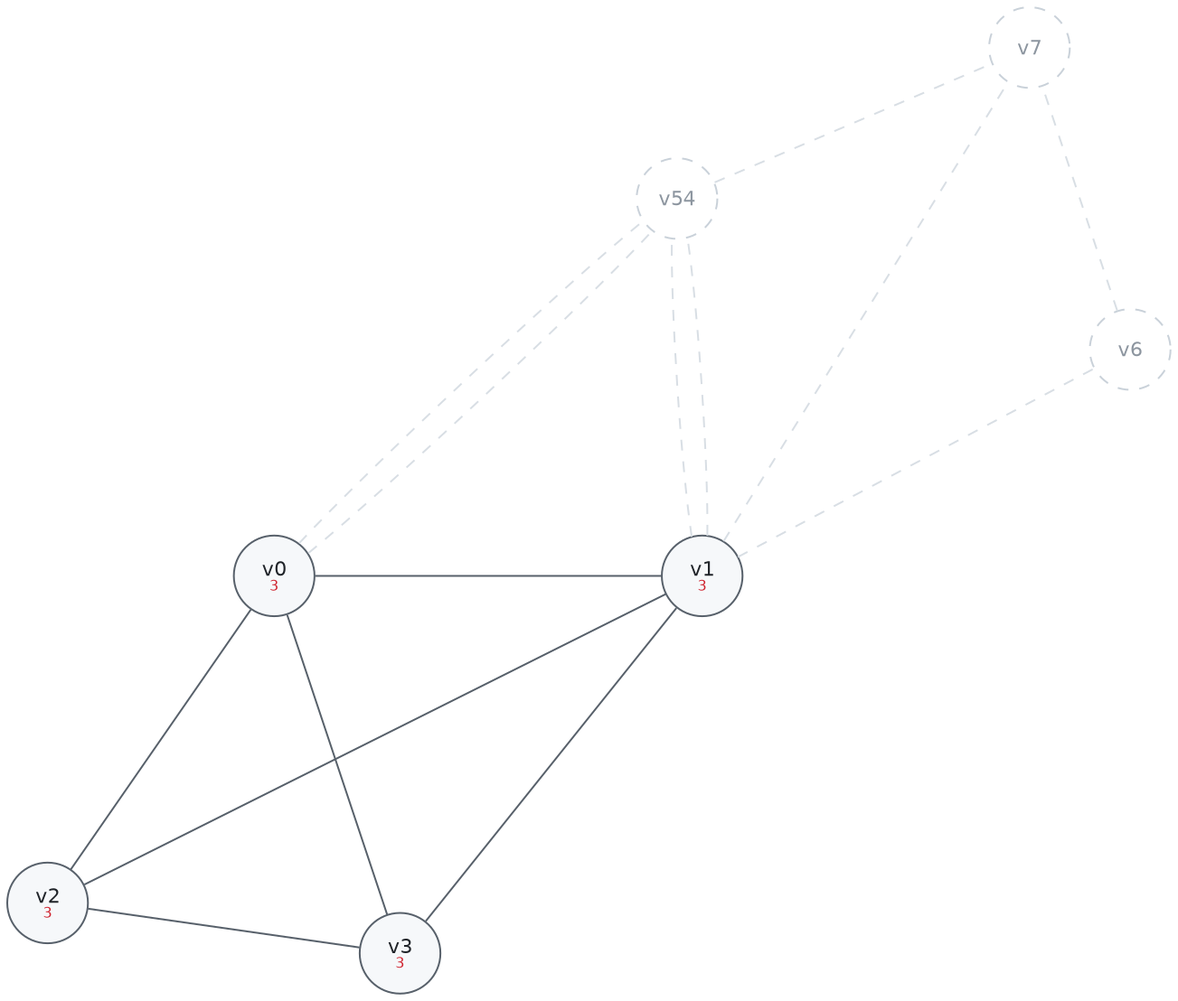
aita/CompLab keeps this Graphviz diagram as Sable/compiler/doc/figures/wt-freeze.png. Above is the earlier version. Its source is kept beside it as Sable/compiler/doc/figures/wt-freeze.dot.
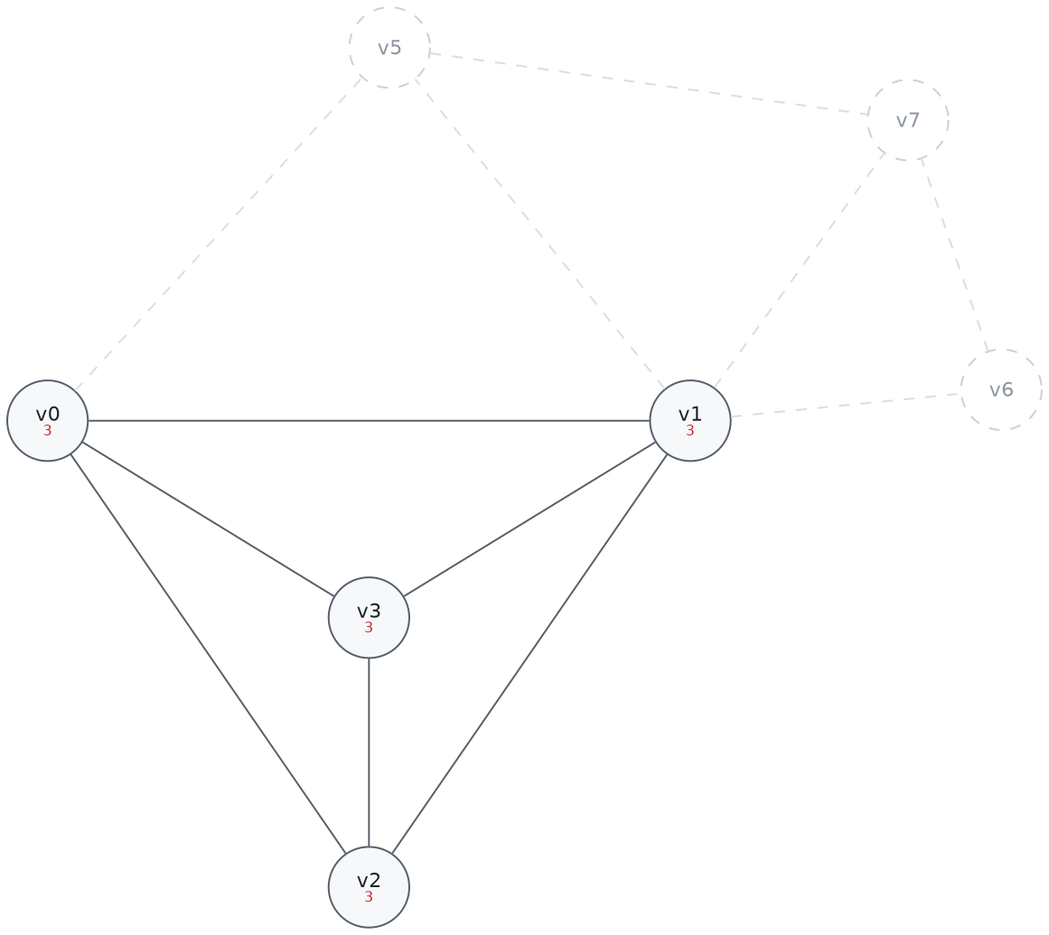
Above is the later version.

What changed in the source:
```diff
@@ -8,21 +8,19 @@
         color = "#57606a", fontcolor = "#1f2328",
         fontname = "Helvetica", fontsize = 11, width = 0.62, fixedsize = true];
   edge [color = "#57606a", dir = none, fontname = "Helvetica", fontsize = 9];
-  v0 [label = <v0<BR/><FONT POINT-SIZE="8" COLOR="#cf222e">3</FONT>>, fillcolor = "#f6f8fa", color = "#57606a" pos = "0,1.5!"];
-  v1 [label = <v1<BR/><FONT POINT-SIZE="8" COLOR="#cf222e">3</FONT>>, fillcolor = "#f6f8fa", color = "#57606a" pos = "1.7,1.5!"];
-  v2 [label = <v2<BR/><FONT POINT-SIZE="8" COLOR="#cf222e">3</FONT>>, fillcolor = "#f6f8fa", color = "#57606a" pos = "-0.9,0.2!"];
-  v3 [label = <v3<BR/><FONT POINT-SIZE="8" COLOR="#cf222e">3</FONT>>, fillcolor = "#f6f8fa", color = "#57606a" pos = "0.5,0!"];
-  v5 [label = <<FONT COLOR="#8c959f">v54</FONT>>, style = "filled,dashed", fillcolor = "#ffffff", color = "#c9d1d9" pos = "1.6,3!"];
-  v6 [label = <<FONT COLOR="#8c959f">v6</FONT>>, style = "filled,dashed", fillcolor = "#ffffff", color = "#c9d1d9" pos = "3.4,2.4!"];
-  v7 [label = <<FONT COLOR="#8c959f">v7</FONT>>, style = "filled,dashed", fillcolor = "#ffffff", color = "#c9d1d9" pos = "3,3.6!"];
+  v0 [label = <v0<BR/><FONT POINT-SIZE="8" COLOR="#cf222e">3</FONT>>, fillcolor = "#f6f8fa", color = "#57606a" pos = "-1.55,0.1!"];
+  v1 [label = <v1<BR/><FONT POINT-SIZE="8" COLOR="#cf222e">3</FONT>>, fillcolor = "#f6f8fa", color = "#57606a" pos = "1.55,0.1!"];
+  v2 [label = <v2<BR/><FONT POINT-SIZE="8" COLOR="#cf222e">3</FONT>>, fillcolor = "#f6f8fa", color = "#57606a" pos = "0,-2.15!"];
+  v3 [label = <v3<BR/><FONT POINT-SIZE="8" COLOR="#cf222e">3</FONT>>, fillcolor = "#f6f8fa", color = "#57606a" pos = "0,-0.85!"];
+  v5 [label = <<FONT COLOR="#8c959f">v5</FONT>>, style = "filled,dashed", fillcolor = "#ffffff", color = "#c9d1d9" pos = "0.1,1.9!"];
+  v6 [label = <<FONT COLOR="#8c959f">v6</FONT>>, style = "filled,dashed", fillcolor = "#ffffff", color = "#c9d1d9" pos = "3.05,0.25!"];
+  v7 [label = <<FONT COLOR="#8c959f">v7</FONT>>, style = "filled,dashed", fillcolor = "#ffffff", color = "#c9d1d9" pos = "2.6,1.55!"];
   v0 -- v1 [color = "#57606a"];
   v0 -- v2 [color = "#57606a"];
   v0 -- v3 [color = "#57606a"];
   v0 -- v5 [color = "#d8dee4", style = dashed];
-  v0 -- v5 [color = "#d8dee4", style = dashed];
   v1 -- v2 [color = "#57606a"];
   v1 -- v3 [color = "#57606a"];
-  v1 -- v5 [color = "#d8dee4", style = dashed];
   v1 -- v5 [color = "#d8dee4", style = dashed];
   v1 -- v6 [color = "#d8dee4", style = dashed];
   v1 -- v7 [color = "#d8dee4", style = dashed];
```
